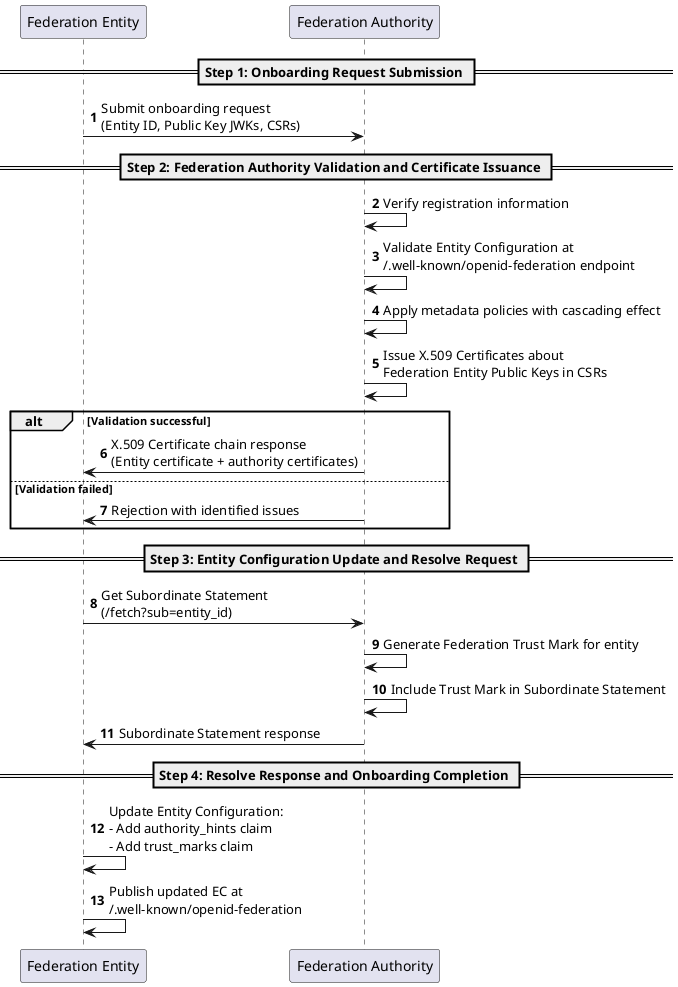
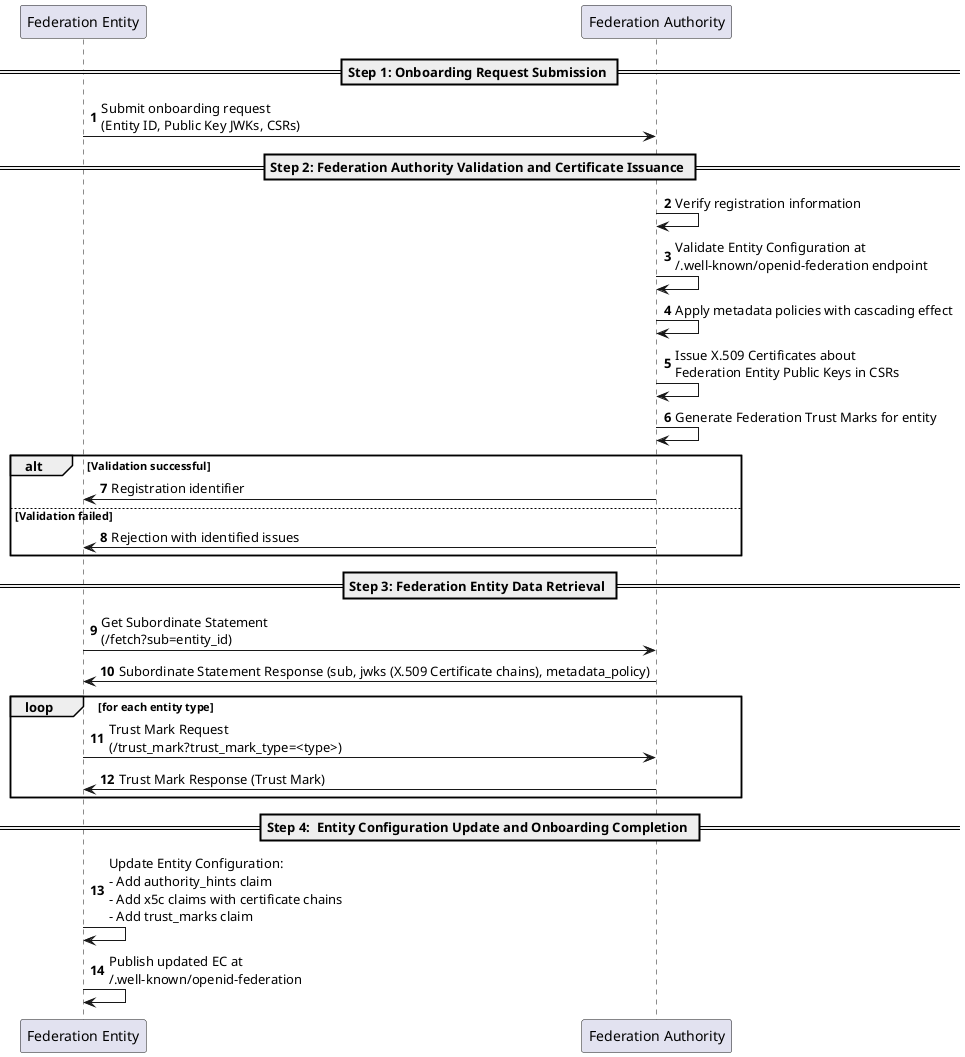
@startuml
autonumber

participant "Federation Entity" as fe
participant "Federation Authority" as ta

== Step 1: Onboarding Request Submission ==

fe -> ta: Submit onboarding request\n(Entity ID, Public Key JWKs, CSRs)

== Step 2: Federation Authority Validation and Certificate Issuance ==

ta -> ta: Verify registration information
ta -> ta: Validate Entity Configuration at\n/.well-known/openid-federation endpoint
ta -> ta: Apply metadata policies with cascading effect
ta -> ta: Issue X.509 Certificates about\nFederation Entity Public Keys in CSRs
+ ta -> ta: Generate Federation Trust Marks for entity

alt Validation successful
-     ta -> fe: X.509 Certificate chain response\n(Entity certificate + authority certificates)
+     ta -> fe: Registration identifier
else Validation failed
    ta -> fe: Rejection with identified issues
end

- == Step 3: Entity Configuration Update and Resolve Request ==
+ == Step 3: Federation Entity Data Retrieval ==

fe -> ta: Get Subordinate Statement\n(/fetch?sub=entity_id)
- ta -> ta: Generate Federation Trust Mark for entity
- ta -> ta: Include Trust Mark in Subordinate Statement
- ta -> fe: Subordinate Statement response
+ ta -> fe: Subordinate Statement Response (sub, jwks (X.509 Certificate chains), metadata_policy)
+ loop for each entity type
+ fe -> ta: Trust Mark Request\n(/trust_mark?trust_mark_type=<type>)
+ ta -> fe: Trust Mark Response (Trust Mark)
+ end

- == Step 4: Resolve Response and Onboarding Completion ==
- 
- fe -> fe: Update Entity Configuration:\n- Add authority_hints claim\n- Add trust_marks claim
+ == Step 4:  Entity Configuration Update and Onboarding Completion ==
+ fe -> fe: Update Entity Configuration:\n- Add authority_hints claim\n- Add x5c claims with certificate chains\n- Add trust_marks claim
fe -> fe: Publish updated EC at\n/.well-known/openid-federation
- 
@enduml